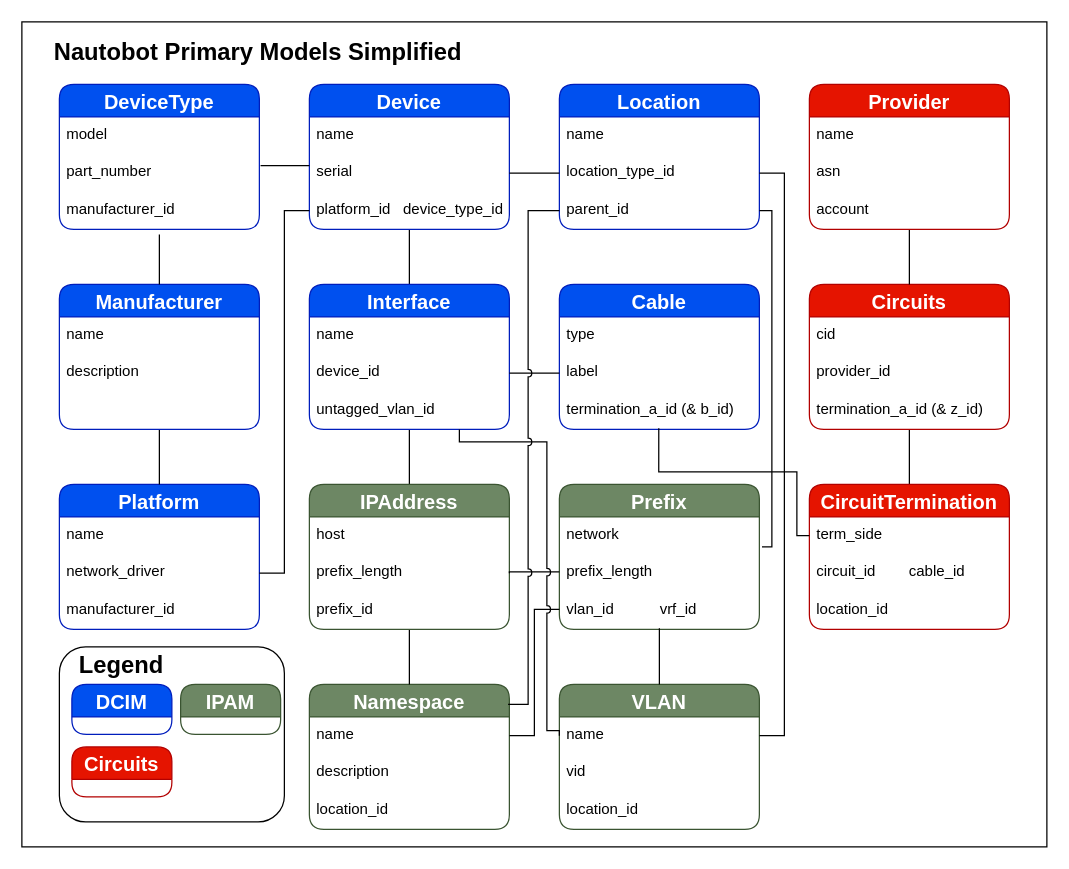
Above: nautobot/docs/media/models/model_simple.drawio in nautobot/nautobot (draw.io), before the change. Source tidied: cells renumbered, new cells numbered last; positions are measured from the earlier drawing's top-left corner, leaving out a move shared by most shapes. Both pictures are drawn from the tidied source at 125%, with x=0, y=0 at pixel (21, 21).
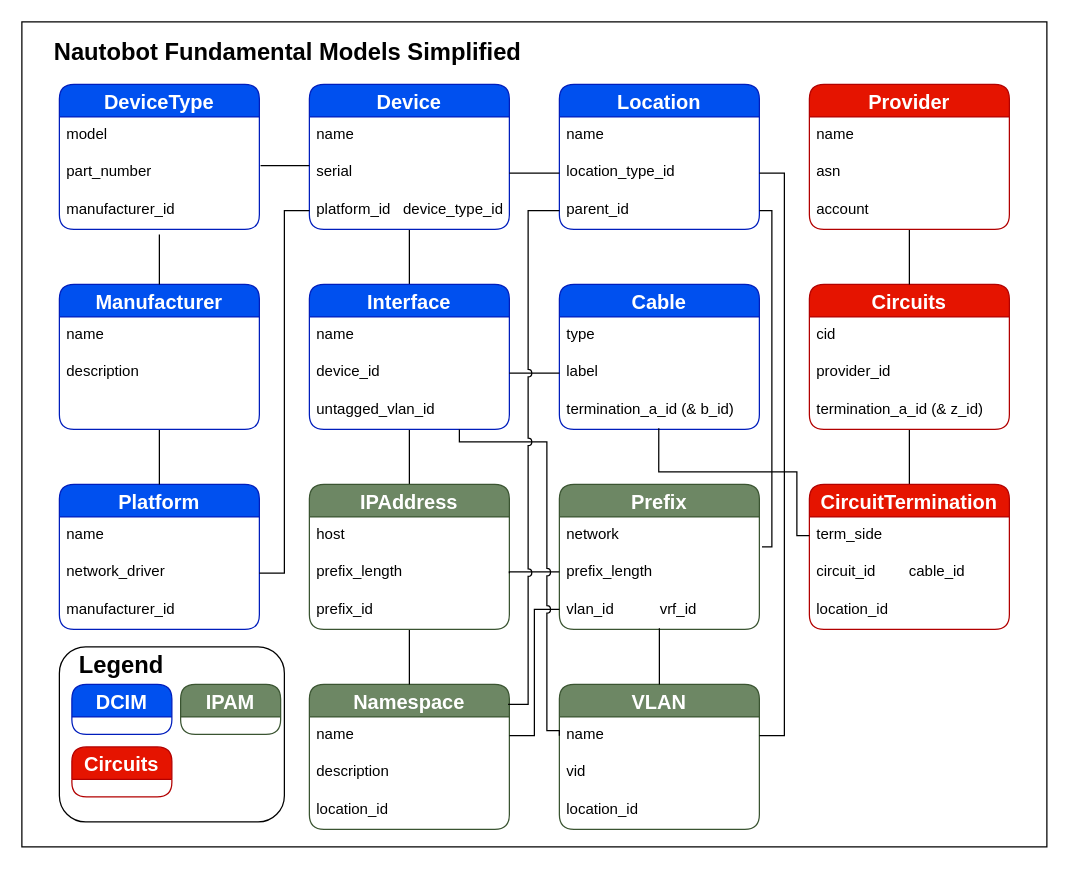
After the change.

Commit message (it also covers changes not shown here):
Change to fundamental models

The edit, as a diff of the source:
```diff
@@
-    <mxCell id="83" value="&lt;b&gt;&lt;font style=&quot;font-size: 19px;&quot;&gt;Nautobot Primary Models Simplified&lt;/font&gt;&lt;/b&gt;" style="text;strokeColor=none;fillColor=none;align=left;verticalAlign=middle;spacingLeft=4;spacingRight=4;overflow=hidden;whiteSpace=wrap;html=1;" parent="1" vertex="1">
-      <mxGeometry x="20" y="10" width="800" height="30" as="geometry" />
+    <mxCell id="83" value="&lt;font style=&quot;&quot;&gt;&lt;span style=&quot;font-size: 19px;&quot;&gt;&lt;b&gt;Nautobot Fundamental&amp;nbsp;Models Simplified&lt;/b&gt;&lt;/span&gt;&lt;/font&gt;" style="text;strokeColor=none;fillColor=none;align=left;verticalAlign=middle;spacingLeft=4;spacingRight=4;overflow=hidden;whiteSpace=wrap;html=1;" parent="1" vertex="1">
+      <mxGeometry x="20" y="10" width="790" height="30" as="geometry" />
     </mxCell>
```
